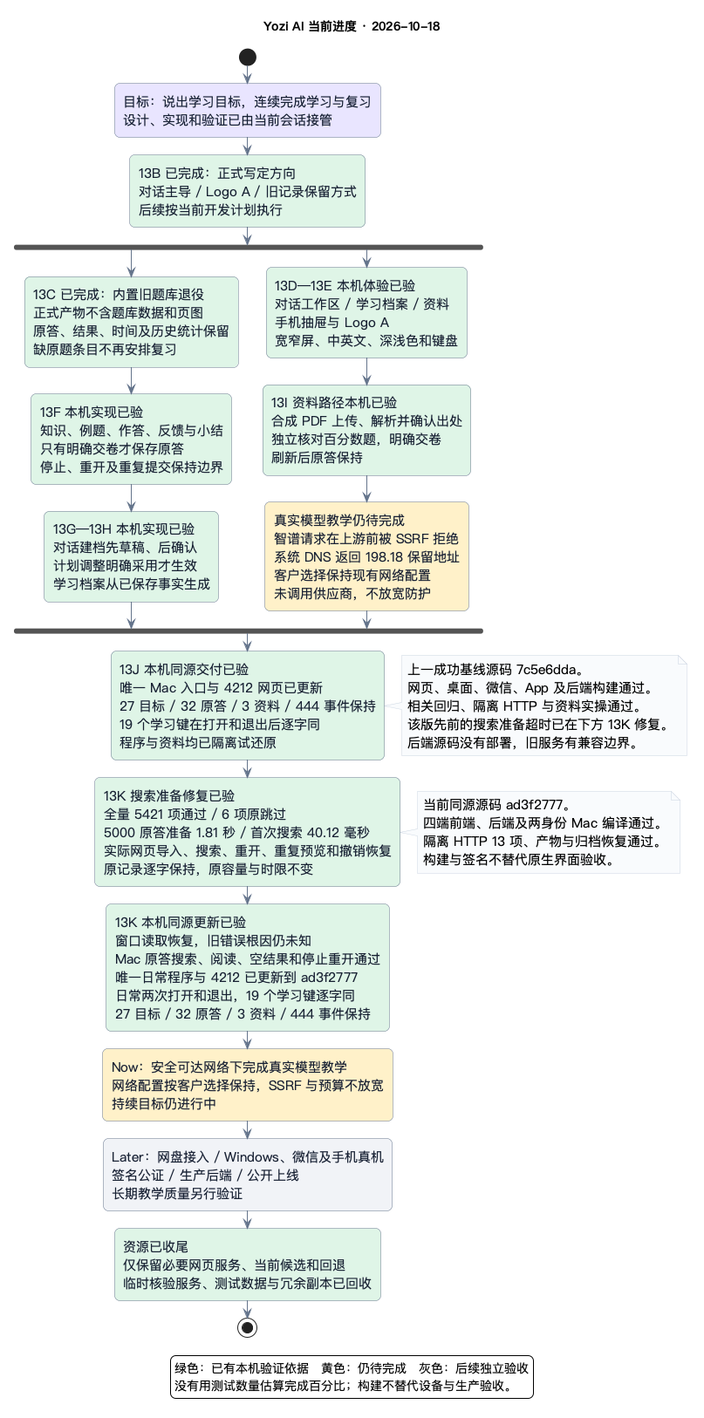
This is docs/diagrams/13-progress.png from djblack1209-coder/EXAM-MASTER, a PlantUML export, as it was before one commit. Its source is kept beside it as docs/diagrams/13-progress.puml.
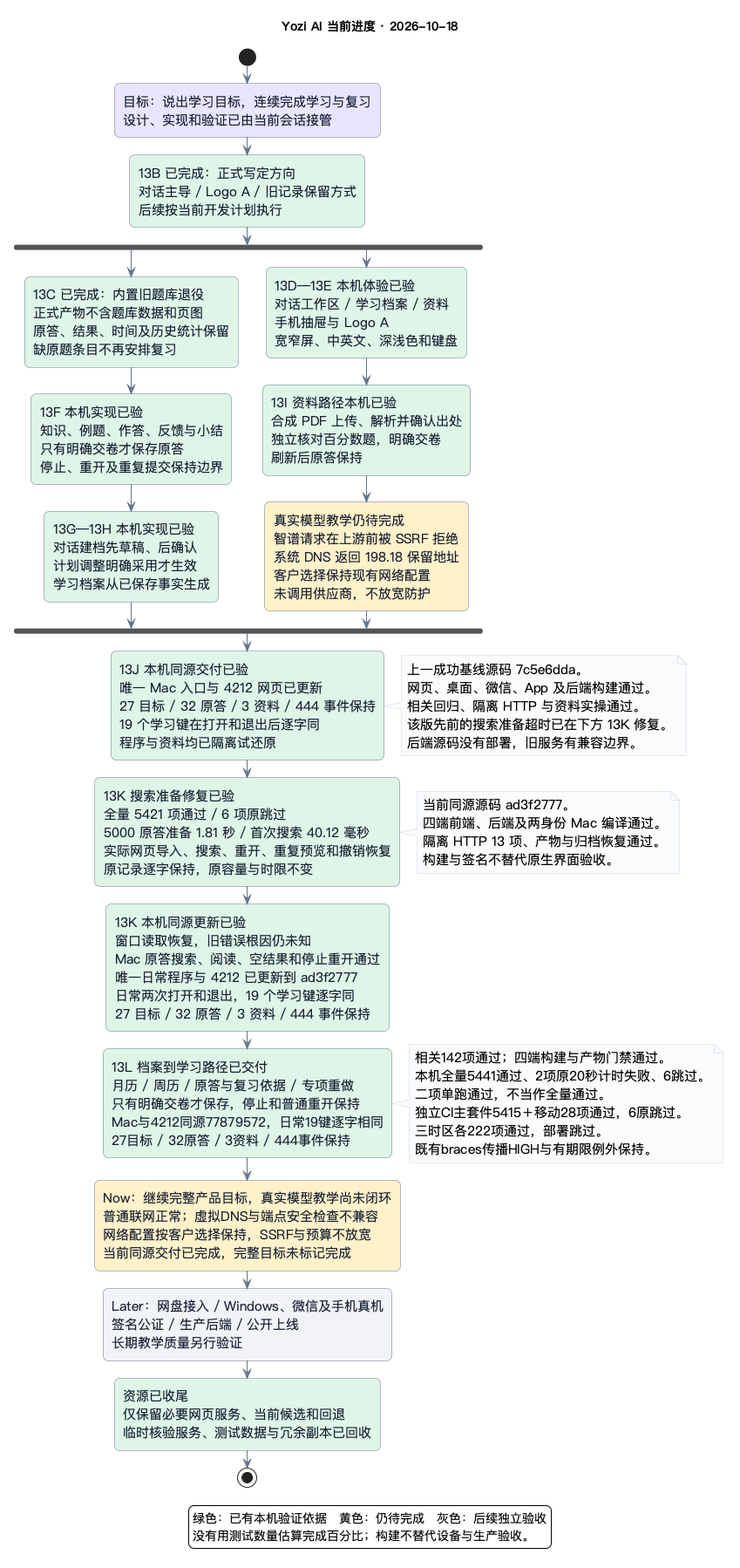
Above is the later version.

The edit, as a diff of the source:
```diff
@@ -75,9 +75,24 @@
 唯一日常程序与 4212 已更新到 ad3f2777
 日常两次打开和退出，19 个学习键逐字同
 27 目标 / 32 原答 / 3 资料 / 444 事件保持; <<#DFF5E6>>
-:Now：安全可达网络下完成真实模型教学
-网络配置按客户选择保持，SSRF 与预算不放宽
-持续目标仍进行中; <<#FFF1C9>>
+
+:13L 档案到学习路径已交付
+月历 / 周历 / 原答与复习依据 / 专项重做
+只有明确交卷才保存，停止和普通重开保持
+Mac与4212同源77879572，日常19键逐字相同
+27目标 / 32原答 / 3资料 / 444事件保持; <<#DFF5E6>>
+note right
+  相关142项通过；四端构建与产物门禁通过。
+  本机全量5441通过、2项原20秒计时失败、6跳过。
+  二项单跑通过，不当作全量通过。
+  独立CI主套件5415＋移动28项通过，6原跳过。
+  三时区各222项通过，部署跳过。
+  既有braces传播HIGH与有期限例外保持。
+end note
+:Now：继续完整产品目标，真实模型教学尚未闭环
+普通联网正常；虚拟DNS与端点安全检查不兼容
+网络配置按客户选择保持，SSRF与预算不放宽
+当前同源交付已完成，完整目标未标记完成; <<#FFF1C9>>
 :Later：网盘接入 / Windows、微信及手机真机
 签名公证 / 生产后端 / 公开上线
 长期教学质量另行验证; <<#F0F2F6>>
```
